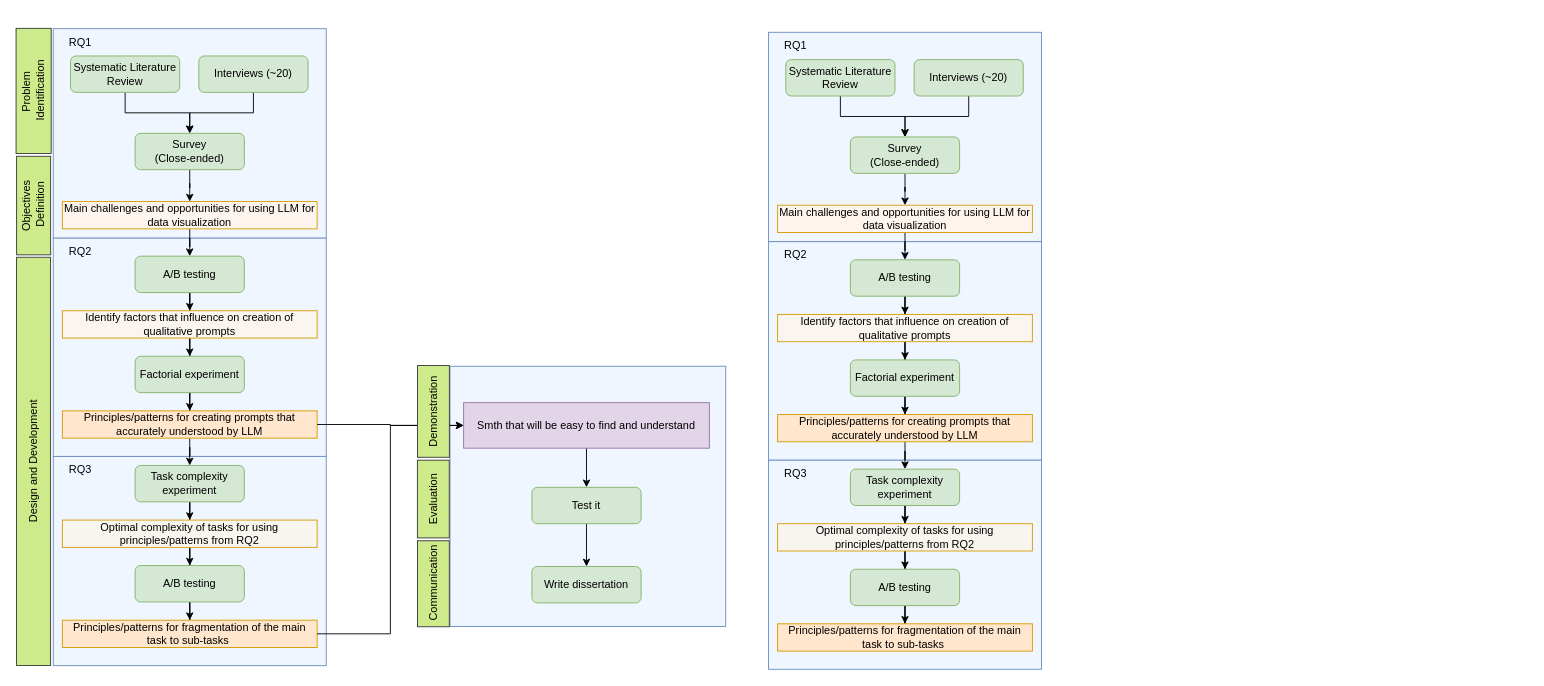
Olshanskaya/phd-draw-io keeps this draw.io diagram as methodology.drawio. Above is the earlier version. Source tidied: cells renumbered, new cells numbered last; positions are measured from the earlier drawing's top-left corner, leaving out a move shared by most shapes. Both pictures are drawn from the tidied source at 91%, with x=0, y=0 at pixel (-171, 28).
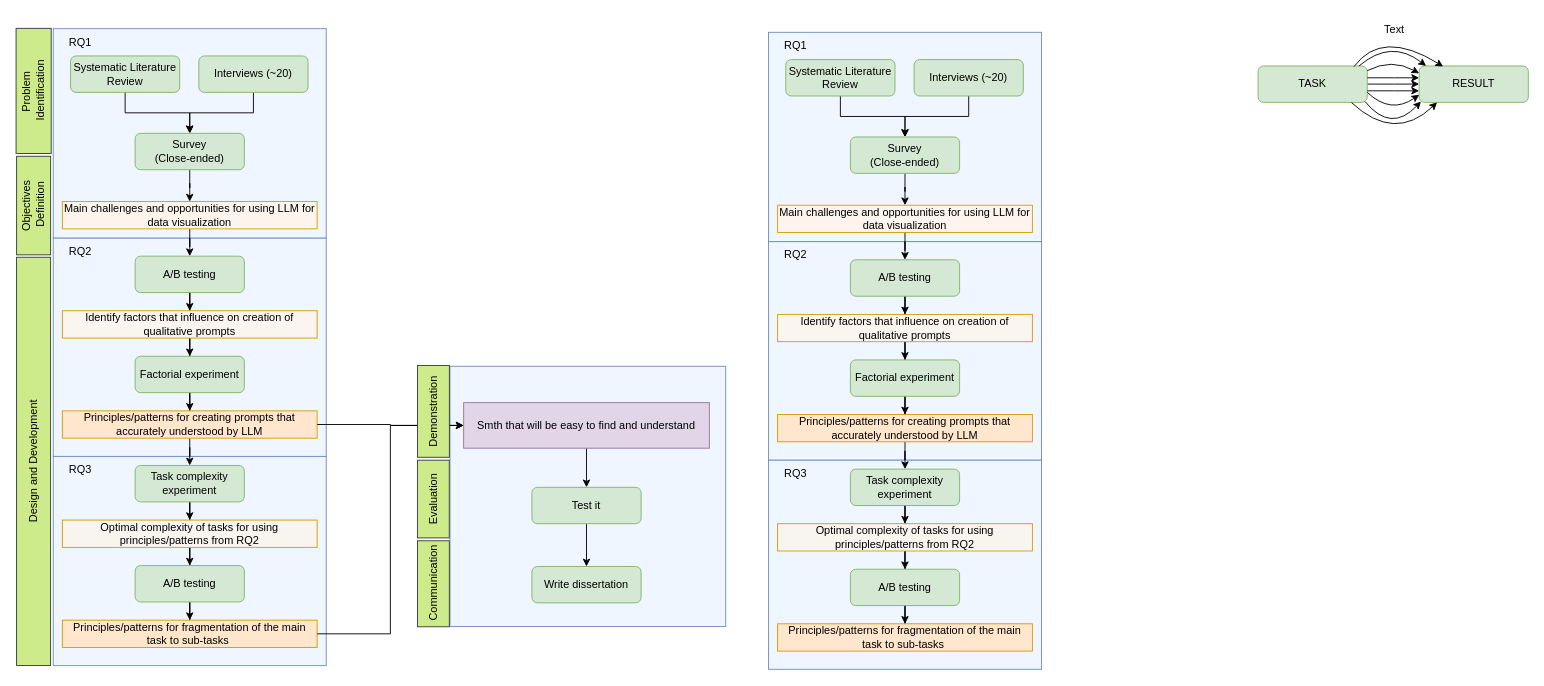
The same diagram, later.

Change to the diagram source:
```diff
@@
+    <mxCell id="74" style="edgeStyle=orthogonalEdgeStyle;rounded=0;orthogonalLoop=1;jettySize=auto;html=1;" parent="1" edge="1">
+      <mxGeometry relative="1" as="geometry">
+        <mxPoint x="1690" y="60.9" as="sourcePoint" />
+        <mxPoint x="1747" y="60.9" as="targetPoint" />
+        <Array as="points">
+          <mxPoint x="1720" y="60.9" />
+          <mxPoint x="1720" y="60.9" />
+        </Array>
+      </mxGeometry>
+    </mxCell>
+    <mxCell id="75" value="TASK" style="rounded=1;whiteSpace=wrap;html=1;fontSize=12;glass=0;strokeWidth=1;shadow=0;fillColor=#d5e8d4;strokeColor=#82b366;" parent="1" vertex="1">
+      <mxGeometry x="1570" y="41" width="120" height="40" as="geometry" />
+    </mxCell>
+    <mxCell id="76" value="RESULT" style="rounded=1;whiteSpace=wrap;html=1;fontSize=12;glass=0;strokeWidth=1;shadow=0;fillColor=#d5e8d4;strokeColor=#82b366;" parent="1" vertex="1">
+      <mxGeometry x="1747" y="41" width="120" height="40" as="geometry" />
+    </mxCell>
+    <mxCell id="77" style="curved=1;endArrow=classic;html=1;rounded=0;exitX=1;exitY=1;exitDx=0;exitDy=0;entryX=0.001;entryY=0.791;entryDx=0;entryDy=0;entryPerimeter=0;" parent="1" edge="1" target="76">
+      <mxGeometry relative="1" as="geometry">
+        <mxPoint x="1690" y="70" as="sourcePoint" />
+        <Array as="points">
+          <mxPoint x="1715.7" y="94.4" />
+        </Array>
+      </mxGeometry>
+    </mxCell>
+    <mxCell id="78" style="curved=1;endArrow=classic;html=1;rounded=0;exitX=0.98;exitY=0.979;exitDx=0;exitDy=0;exitPerimeter=0;" parent="1" edge="1" source="75">
+      <mxGeometry relative="1" as="geometry">
+        <mxPoint x="1749" y="80" as="targetPoint" />
+        <Array as="points">
+          <mxPoint x="1716" y="115" />
+        </Array>
+      </mxGeometry>
+    </mxCell>
+    <mxCell id="79" style="curved=1;endArrow=classic;html=1;rounded=0;exitX=0.855;exitY=1.006;exitDx=0;exitDy=0;exitPerimeter=0;entryX=0.212;entryY=0.993;entryDx=0;entryDy=0;entryPerimeter=0;" parent="1" edge="1" source="75">
+      <mxGeometry relative="1" as="geometry">
+        <mxPoint x="1766.7" y="81" as="targetPoint" />
+        <Array as="points">
+          <mxPoint x="1720.2" y="125.3" />
+        </Array>
+      </mxGeometry>
+    </mxCell>
+    <mxCell id="80" style="edgeStyle=orthogonalEdgeStyle;rounded=0;orthogonalLoop=1;jettySize=auto;html=1;" parent="1" edge="1">
+      <mxGeometry relative="1" as="geometry">
+        <mxPoint x="1690" y="68.3" as="sourcePoint" />
+        <mxPoint x="1747" y="68.3" as="targetPoint" />
+        <Array as="points">
+          <mxPoint x="1720" y="68.3" />
+          <mxPoint x="1720" y="68.3" />
+        </Array>
+      </mxGeometry>
+    </mxCell>
+    <mxCell id="81" style="edgeStyle=orthogonalEdgeStyle;rounded=0;orthogonalLoop=1;jettySize=auto;html=1;" parent="1" edge="1">
+      <mxGeometry relative="1" as="geometry">
+        <mxPoint x="1690" y="54" as="sourcePoint" />
+        <mxPoint x="1747" y="54" as="targetPoint" />
+        <Array as="points">
+          <mxPoint x="1720" y="54" />
+          <mxPoint x="1720" y="54" />
+        </Array>
+      </mxGeometry>
+    </mxCell>
+    <mxCell id="82" style="curved=1;endArrow=classic;html=1;rounded=0;exitX=1;exitY=1;exitDx=0;exitDy=0;entryX=0.001;entryY=0.791;entryDx=0;entryDy=0;entryPerimeter=0;" parent="1" edge="1">
+      <mxGeometry relative="1" as="geometry">
+        <mxPoint x="1690" y="46.1" as="sourcePoint" />
+        <mxPoint x="1747" y="49.1" as="targetPoint" />
+        <Array as="points">
+          <mxPoint x="1717" y="32.3" />
+        </Array>
+      </mxGeometry>
+    </mxCell>
+    <mxCell id="83" style="curved=1;endArrow=classic;html=1;rounded=0;exitX=0.925;exitY=-0.002;exitDx=0;exitDy=0;entryX=0.055;entryY=-0.003;entryDx=0;entryDy=0;entryPerimeter=0;exitPerimeter=0;" parent="1" edge="1" source="75">
+      <mxGeometry relative="1" as="geometry">
+        <mxPoint x="1754.6" y="41" as="targetPoint" />
+        <Array as="points">
+          <mxPoint x="1716" y="11" />
+        </Array>
+      </mxGeometry>
+    </mxCell>
+    <mxCell id="84" style="curved=1;endArrow=classic;html=1;rounded=0;exitX=0.879;exitY=0.017;exitDx=0;exitDy=0;entryX=0.22;entryY=0.015;entryDx=0;entryDy=0;exitPerimeter=0;entryPerimeter=0;" parent="1" edge="1" source="75" target="76">
+      <mxGeometry relative="1" as="geometry">
+        <Array as="points">
+          <mxPoint x="1706" />
+        </Array>
+      </mxGeometry>
+    </mxCell>
+    <mxCell id="85" value="Text" style="text;html=1;align=center;verticalAlign=middle;whiteSpace=wrap;rounded=0;" parent="1" vertex="1">
+      <mxGeometry x="1690" y="-14" width="60" height="30" as="geometry" />
+    </mxCell>
```
